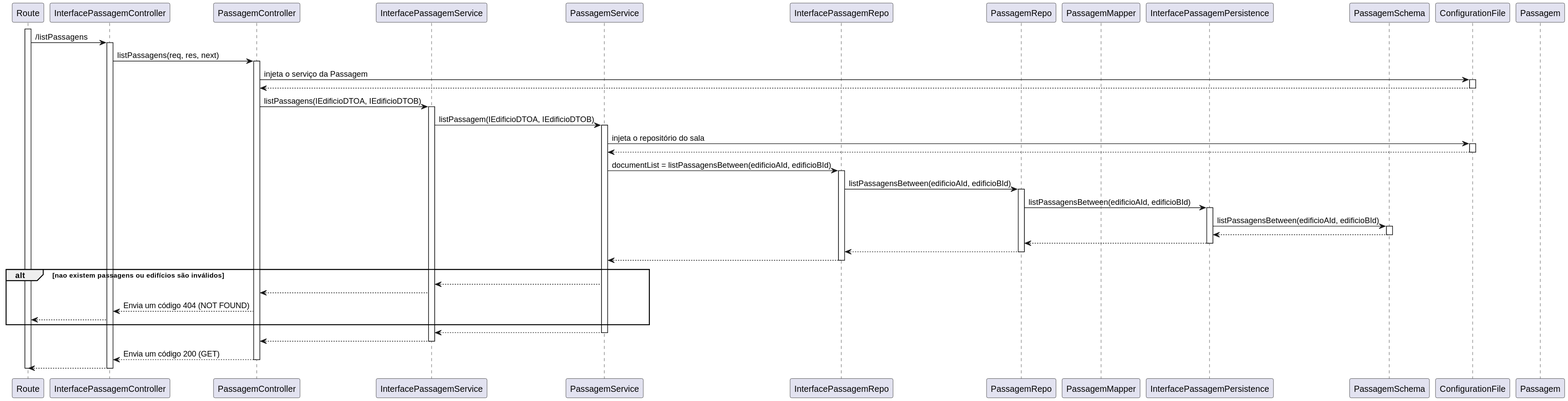
Before: docs/use_cases/UC260/vp260.svg, a diagram exported from PlantUML (SlimJesus25/SEM5_PI). Source of this version:
```plantuml
@startuml sd

participant Route as route
participant InterfacePassagemController as ictrl
participant PassagemController as ctrl
participant InterfacePassagemService as isvc
participant PassagemService as svc
participant InterfacePassagemRepo as irepo
participant PassagemRepo as repo
participant PassagemMapper as mapper
participant InterfacePassagemPersistence as ischema
participant PassagemSchema as schema
participant ConfigurationFile as conf
participant Passagem as model

activate route
route -> ictrl : /listPassagens
activate ictrl
ictrl -> ctrl : listPassagens(req, res, next)
activate ctrl
ctrl -> conf : injeta o serviço da Passagem
activate conf
conf --> ctrl
deactivate conf
ctrl -> isvc : listPassagens(IEdificioDTOA, IEdificioDTOB)
activate isvc
isvc -> svc : listPassagem(IEdificioDTOA, IEdificioDTOB)
activate svc
svc -> conf : injeta o repositório do sala
activate conf
conf --> svc
deactivate conf
svc -> irepo : documentList = listPassagensBetween(edificioAId, edificioBId)
activate irepo
irepo -> repo : listPassagensBetween(edificioAId, edificioBId)
activate repo
repo -> ischema : listPassagensBetween(edificioAId, edificioBId)
activate ischema
ischema -> schema : listPassagensBetween(edificioAId, edificioBId)
activate schema
schema --> ischema
deactivate schema
ischema --> repo
deactivate ischema
repo --> irepo
deactivate repo
irepo --> svc
deactivate irepo
alt nao existem passagens ou edifícios são inválidos
    svc --> isvc
    isvc --> ctrl
    ctrl --> ictrl : Envia um código 404 (NOT FOUND)
    ictrl --> route
end
svc --> isvc
deactivate svc
isvc --> ctrl
deactivate isvc
ctrl --> ictrl : Envia um código 200 (GET)

deactivate ctrl
ictrl --> route
deactivate ictrl
deactivate route

@enduml
```
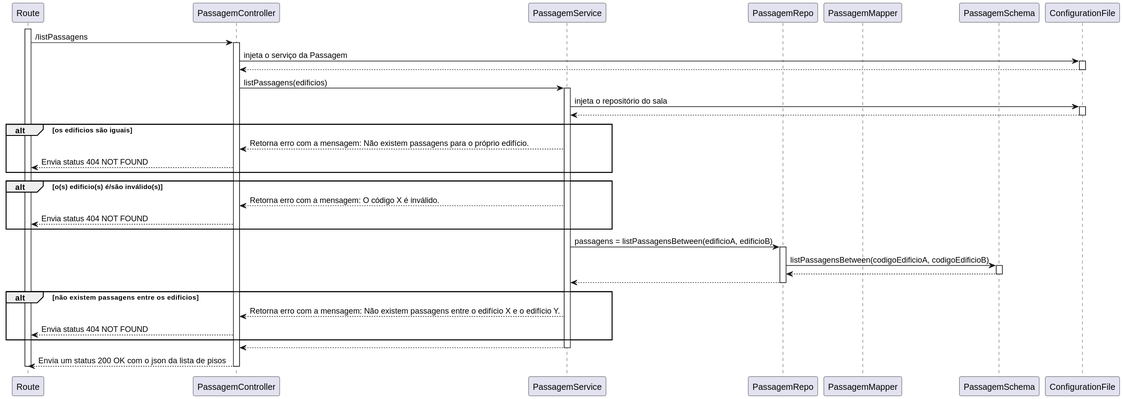
After the change.

Commit message:
Atualização dos documentos de diagramas.

Change to the diagram source:
```diff
@@ -1,66 +1,50 @@
 @startuml sd
 
 participant Route as route
-participant InterfacePassagemController as ictrl
 participant PassagemController as ctrl
-participant InterfacePassagemService as isvc
 participant PassagemService as svc
-participant InterfacePassagemRepo as irepo
 participant PassagemRepo as repo
 participant PassagemMapper as mapper
-participant InterfacePassagemPersistence as ischema
 participant PassagemSchema as schema
 participant ConfigurationFile as conf
-participant Passagem as model
 
 activate route
-route -> ictrl : /listPassagens
-activate ictrl
-ictrl -> ctrl : listPassagens(req, res, next)
+route -> ctrl : /listPassagens
 activate ctrl
 ctrl -> conf : injeta o serviço da Passagem
 activate conf
 conf --> ctrl
 deactivate conf
-ctrl -> isvc : listPassagens(IEdificioDTOA, IEdificioDTOB)
-activate isvc
-isvc -> svc : listPassagem(IEdificioDTOA, IEdificioDTOB)
+ctrl -> svc : listPassagens(edificios)
 activate svc
 svc -> conf : injeta o repositório do sala
 activate conf
 conf --> svc
 deactivate conf
-svc -> irepo : documentList = listPassagensBetween(edificioAId, edificioBId)
-activate irepo
-irepo -> repo : listPassagensBetween(edificioAId, edificioBId)
+alt os edificios são iguais
+    svc --> ctrl : Retorna erro com a mensagem: Não existem passagens para o próprio edifício.
+    ctrl --> route : Envia status 404 NOT FOUND
+end
+alt o(s) edificio(s) é/são inválido(s)
+    svc --> ctrl : Retorna erro com a mensagem: O código X é inválido.
+    ctrl --> route : Envia status 404 NOT FOUND
+end
+svc -> repo : passagens = listPassagensBetween(edificioA, edificioB)
 activate repo
-repo -> ischema : listPassagensBetween(edificioAId, edificioBId)
-activate ischema
-ischema -> schema : listPassagensBetween(edificioAId, edificioBId)
+repo -> schema : listPassagensBetween(codigoEdificioA, codigoEdificioB)
 activate schema
-schema --> ischema
+schema --> repo
 deactivate schema
-ischema --> repo
-deactivate ischema
-repo --> irepo
+repo --> svc
 deactivate repo
-irepo --> svc
-deactivate irepo
-alt nao existem passagens ou edifícios são inválidos
-    svc --> isvc
-    isvc --> ctrl
-    ctrl --> ictrl : Envia um código 404 (NOT FOUND)
-    ictrl --> route
+alt não existem passagens entre os edificios
+    svc --> ctrl : Retorna erro com a mensagem: Não existem passagens entre o edifício X e o edifício Y.
+    ctrl --> route : Envia status 404 NOT FOUND
 end
-svc --> isvc
+svc --> ctrl
 deactivate svc
-isvc --> ctrl
-deactivate isvc
-ctrl --> ictrl : Envia um código 200 (GET)
-
+ctrl --> route : Envia um status 200 OK com o json da lista de pisos
 deactivate ctrl
-ictrl --> route
-deactivate ictrl
 deactivate route
 
 @enduml
```
